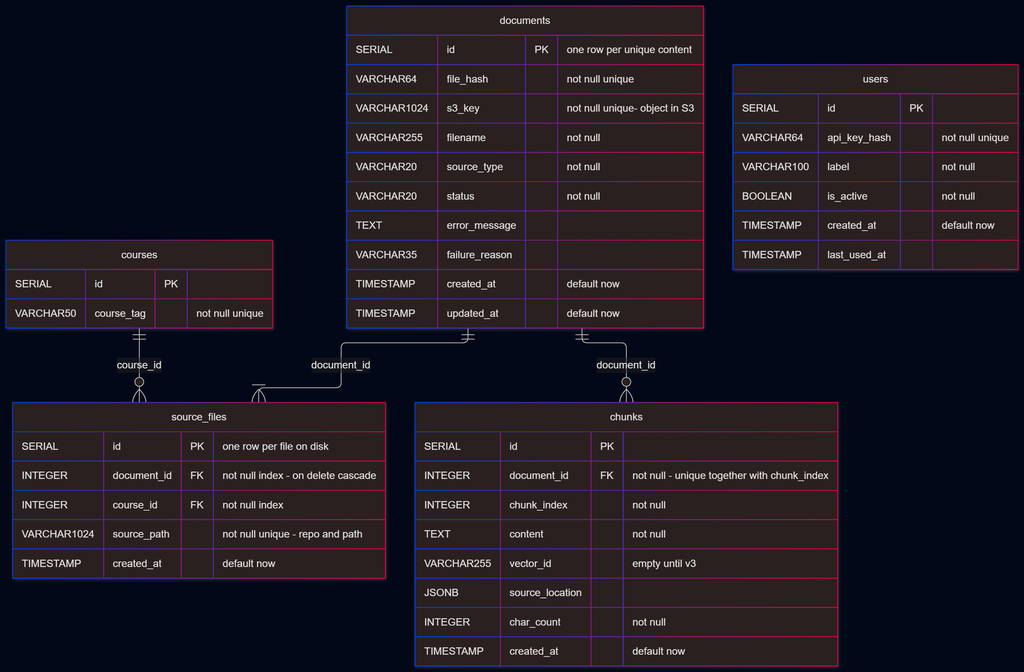
Earlier version of the Mermaid export docs/architecture/erd/erd_model_v2.png (JohnnyHyytiainen/project3-kms). Its source is kept beside it as docs/architecture/erd/erd_model_v2.mmd.
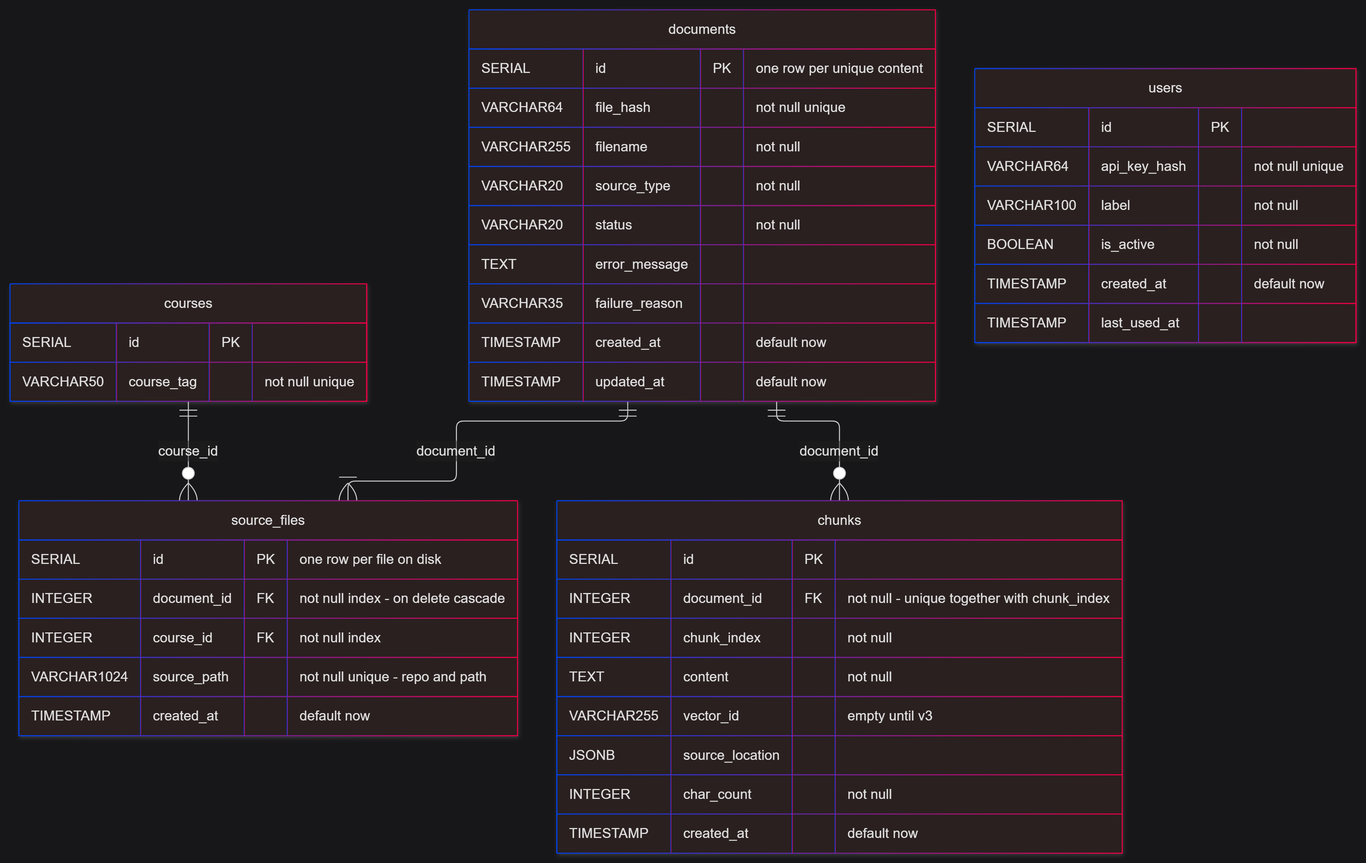
Later version of the same file.

Commit message:
docs: remove S3, LocalStack and Parquet from README, ERD and diagrams

Change to the diagram source:
```diff
@@ -19,7 +19,6 @@
     documents {
         SERIAL id PK "one row per unique content "
         VARCHAR64 file_hash "not null unique"
-        VARCHAR1024 s3_key "not null unique- object in S3"
         VARCHAR255 filename "not null"
         VARCHAR20 source_type "not null"
         VARCHAR20 status "not null"
```
